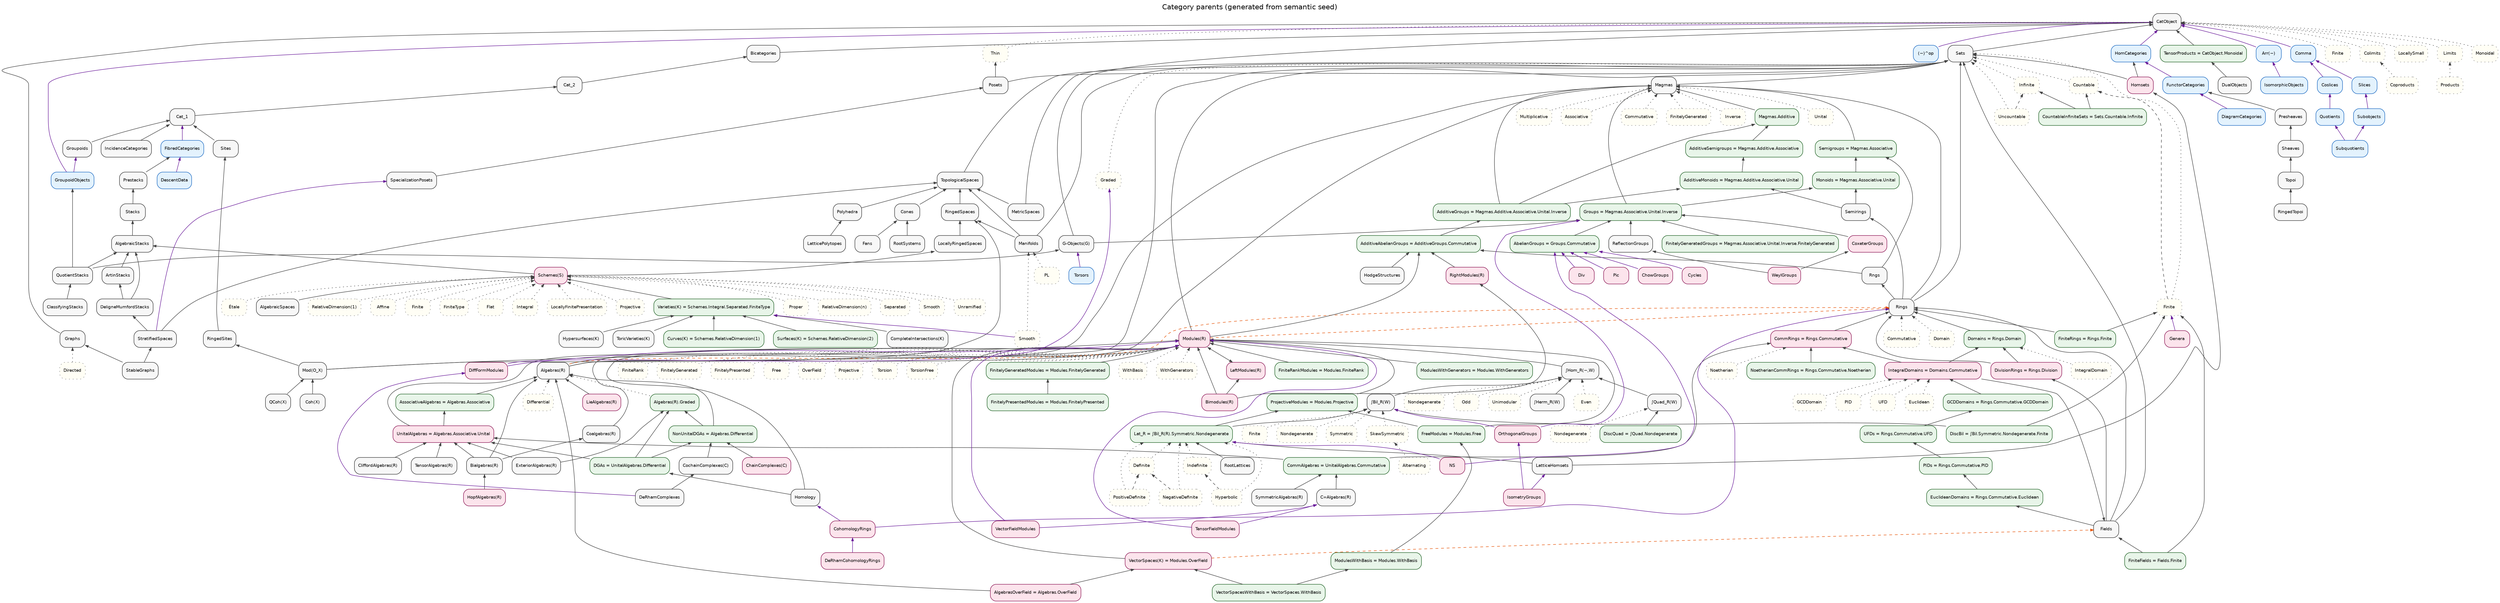
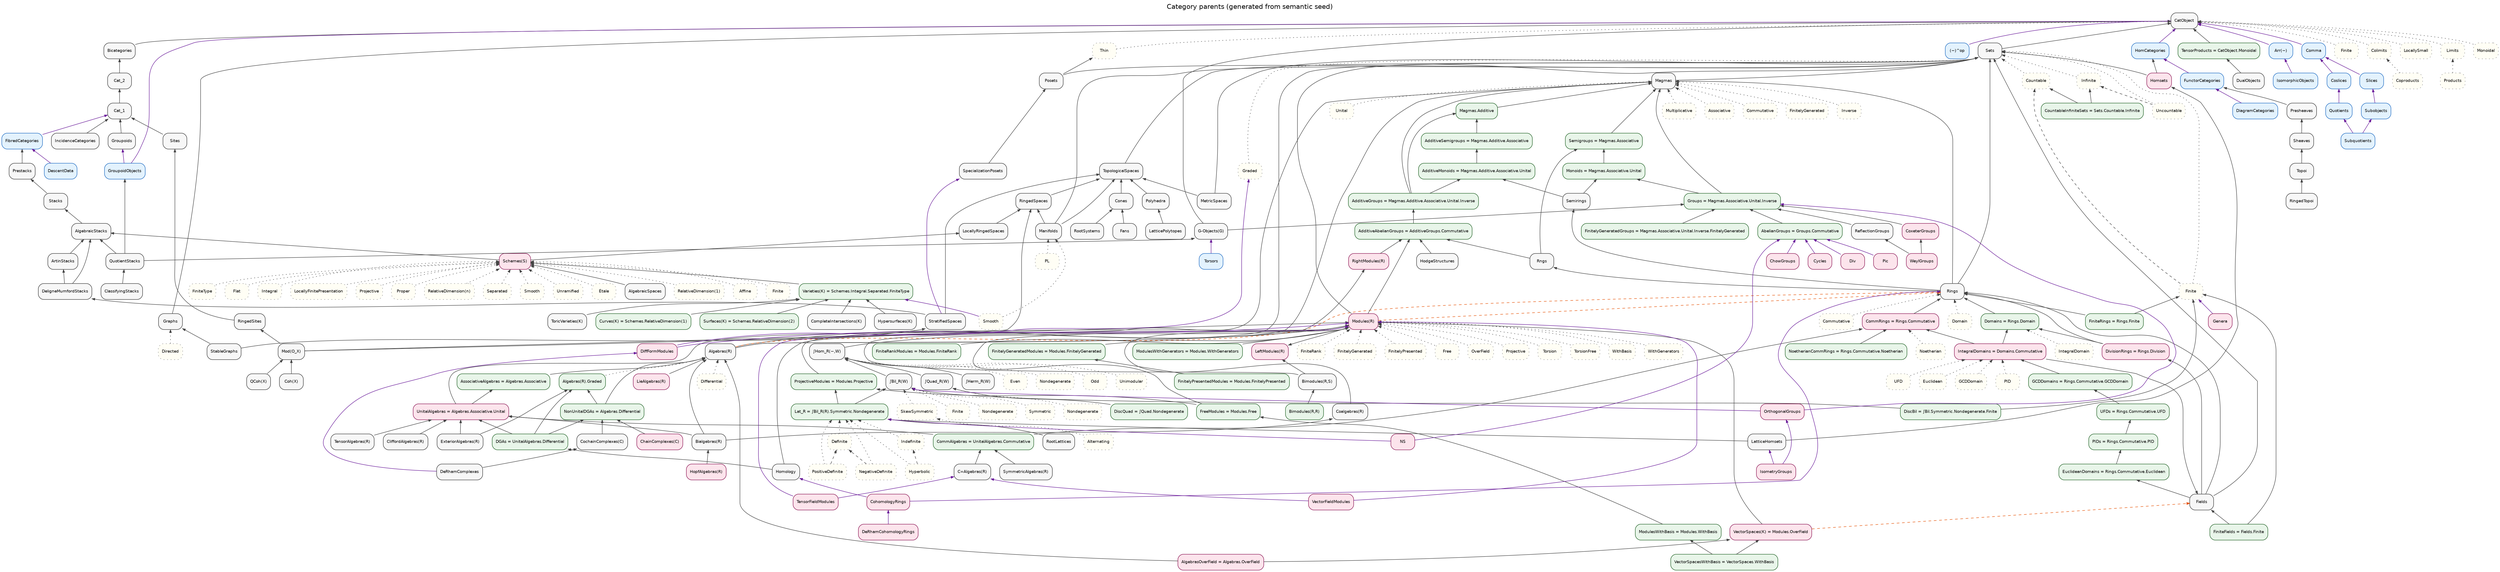
// GENERATED from semantic_seed/ — semantic presentation view.
// Authoritative: design/normalized_category_graph/semantic_seed/
// Factory/viz layout: category_parent_graph.dot (hand; see .hand.dot)

digraph CategoryParents {
  graph [
    rankdir=BT
    labelloc=t
    label="Category parents (generated from semantic seed)"
    fontsize=15
    fontname="Helvetica"
    nodesep=0.28
    ranksep=0.45
    splines=true
  ];
  node [
    shape=box
    style="rounded,filled"
    fontname="Helvetica"
    fontsize=9
    fillcolor="#f7f7f7"
    color="#333333"
  ];
  edge [color="#444444", arrowsize=0.65];

  // --- category_family ---
  AlgebraicSpaces [style="rounded,filled", fillcolor="#f7f7f7", color="#333333", id="cat.algebraicspaces", kind="category_family"];
  AlgebraicStacks [style="rounded,filled", fillcolor="#f7f7f7", color="#333333", id="cat.algebraicstacks", kind="category_family"];
  "Algebras(R)" [style="rounded,filled", fillcolor="#f7f7f7", color="#333333", id="cat.algebras_r", kind="category_family"];
  ArtinStacks [style="rounded,filled", fillcolor="#f7f7f7", color="#333333", id="cat.artinstacks", kind="category_family"];
  "Bialgebras(R)" [style="rounded,filled", fillcolor="#f7f7f7", color="#333333", id="cat.bialgebras_r", kind="category_family"];
  Bicategories [style="rounded,filled", fillcolor="#f7f7f7", color="#333333", id="cat.bicategories", kind="category_family"];
-   "Bimodules(R)" [style="rounded,filled", fillcolor="#f7f7f7", color="#333333", id="cat.bimodules_r", kind="category_family"];
+   "Bimodules(R,S)" [style="rounded,filled", fillcolor="#f7f7f7", color="#333333", id="cat.bimodules_r_s", kind="category_family"];
  CatObject [style="rounded,filled", fillcolor="#f7f7f7", color="#333333", id="cat.cat_object", kind="category_family"];
  Cat_1 [style="rounded,filled", fillcolor="#f7f7f7", color="#333333", id="cat.cat_1", kind="category_family"];
  Cat_2 [style="rounded,filled", fillcolor="#f7f7f7", color="#333333", id="cat.cat_2", kind="category_family"];
  "ChainComplexes(C)" [style="rounded,filled", fillcolor="#f7f7f7", color="#333333", id="cat.chaincomplexes", kind="category_family"];
  ClassifyingStacks [style="rounded,filled", fillcolor="#f7f7f7", color="#333333", id="cat.classifyingstacks", kind="category_family"];
  "CliffordAlgebras(R)" [style="rounded,filled", fillcolor="#f7f7f7", color="#333333", id="cat.cliffordalgebras", kind="category_family"];
  "Coalgebras(R)" [style="rounded,filled", fillcolor="#f7f7f7", color="#333333", id="cat.coalgebras_r", kind="category_family"];
  "CochainComplexes(C)" [style="rounded,filled", fillcolor="#f7f7f7", color="#333333", id="cat.cochaincomplexes", kind="category_family"];
  "Coh(X)" [style="rounded,filled", fillcolor="#f7f7f7", color="#333333", id="cat.coh", kind="category_family"];
  "CompleteIntersections(K)" [style="rounded,filled", fillcolor="#f7f7f7", color="#333333", id="cat.completeintersections", kind="category_family"];
  Cones [style="rounded,filled", fillcolor="#f7f7f7", color="#333333", id="cat.cones", kind="category_family"];
  CoxeterGroups [style="rounded,filled", fillcolor="#f7f7f7", color="#333333", id="cat.coxeter_groups", kind="category_family"];
  "C∞Algebras(R)" [style="rounded,filled", fillcolor="#f7f7f7", color="#333333", id="cat.cinftyalgebras", kind="category_family"];
  DeRhamComplexes [style="rounded,filled", fillcolor="#f7f7f7", color="#333333", id="cat.derhamcomplexes", kind="category_family"];
  DeligneMumfordStacks [style="rounded,filled", fillcolor="#f7f7f7", color="#333333", id="cat.delignemumfordstacks", kind="category_family"];
  DualObjects [style="rounded,filled", fillcolor="#f7f7f7", color="#333333", id="cat.dualobjects", kind="category_family"];
  "ExteriorAlgebras(R)" [style="rounded,filled", fillcolor="#f7f7f7", color="#333333", id="cat.exterioralgebras", kind="category_family"];
  Fans [style="rounded,filled", fillcolor="#f7f7f7", color="#333333", id="cat.fans", kind="category_family"];
  Fields [style="rounded,filled", fillcolor="#f7f7f7", color="#333333", id="cat.fields", kind="category_family"];
  "G-Objects(G)" [style="rounded,filled", fillcolor="#f7f7f7", color="#333333", id="cat.g_objects", kind="category_family"];
  Graphs [style="rounded,filled", fillcolor="#f7f7f7", color="#333333", id="cat.graphs", kind="category_family"];
  Groupoids [style="rounded,filled", fillcolor="#f7f7f7", color="#333333", id="cat.groupoids", kind="category_family"];
  HodgeStructures [style="rounded,filled", fillcolor="#f7f7f7", color="#333333", id="cat.hodgestructures", kind="category_family"];
  Homology [style="rounded,filled", fillcolor="#f7f7f7", color="#333333", id="cat.homology", kind="category_family"];
  Homsets [style="rounded,filled", fillcolor="#f7f7f7", color="#333333", id="cat.homsets", kind="category_family"];
  "HopfAlgebras(R)" [style="rounded,filled", fillcolor="#f7f7f7", color="#333333", id="cat.hopf_algebras_r", kind="category_family"];
  "Hypersurfaces(K)" [style="rounded,filled", fillcolor="#f7f7f7", color="#333333", id="cat.hypersurfaces", kind="category_family"];
  IncidenceCategories [style="rounded,filled", fillcolor="#f7f7f7", color="#333333", id="cat.incidencecategories", kind="category_family"];
  LatticeHomsets [style="rounded,filled", fillcolor="#f7f7f7", color="#333333", id="cat.latticehomsets", kind="category_family"];
  LatticePolytopes [style="rounded,filled", fillcolor="#f7f7f7", color="#333333", id="cat.latticepolytopes", kind="category_family"];
  "LieAlgebras(R)" [style="rounded,filled", fillcolor="#f7f7f7", color="#333333", id="cat.lie_algebras_r", kind="category_family"];
  LocallyRingedSpaces [style="rounded,filled", fillcolor="#f7f7f7", color="#333333", id="cat.locallyringedspaces", kind="category_family"];
  Magmas [style="rounded,filled", fillcolor="#f7f7f7", color="#333333", id="cat.magmas", kind="category_family"];
  Manifolds [style="rounded,filled", fillcolor="#f7f7f7", color="#333333", id="cat.manifolds", kind="category_family"];
  MetricSpaces [style="rounded,filled", fillcolor="#f7f7f7", color="#333333", id="cat.metricspaces", kind="category_family"];
  "Mod(O_X)" [style="rounded,filled", fillcolor="#f7f7f7", color="#333333", id="cat.mod", kind="category_family"];
  "Modules(R)" [style="rounded,filled", fillcolor="#f7f7f7", color="#333333", id="cat.modules_r", kind="category_family"];
  Polyhedra [style="rounded,filled", fillcolor="#f7f7f7", color="#333333", id="cat.polyhedra", kind="category_family"];
  Posets [style="rounded,filled", fillcolor="#f7f7f7", color="#333333", id="cat.posets", kind="category_family"];
  Presheaves [style="rounded,filled", fillcolor="#f7f7f7", color="#333333", id="cat.presheaves", kind="category_family"];
  Prestacks [style="rounded,filled", fillcolor="#f7f7f7", color="#333333", id="cat.prestacks", kind="category_family"];
  "QCoh(X)" [style="rounded,filled", fillcolor="#f7f7f7", color="#333333", id="cat.qcoh", kind="category_family"];
  QuotientStacks [style="rounded,filled", fillcolor="#f7f7f7", color="#333333", id="cat.quotientstacks", kind="category_family"];
  ReflectionGroups [style="rounded,filled", fillcolor="#f7f7f7", color="#333333", id="cat.reflectiongroups", kind="category_family"];
  RingedSites [style="rounded,filled", fillcolor="#f7f7f7", color="#333333", id="cat.ringedsites", kind="category_family"];
  RingedSpaces [style="rounded,filled", fillcolor="#f7f7f7", color="#333333", id="cat.ringedspaces", kind="category_family"];
  RingedTopoi [style="rounded,filled", fillcolor="#f7f7f7", color="#333333", id="cat.ringedtopoi", kind="category_family"];
  Rings [style="rounded,filled", fillcolor="#f7f7f7", color="#333333", id="cat.rings", kind="category_family"];
  Rngs [style="rounded,filled", fillcolor="#f7f7f7", color="#333333", id="cat.rngs", kind="category_family"];
  RootLattices [style="rounded,filled", fillcolor="#f7f7f7", color="#333333", id="cat.rootlattices", kind="category_family"];
  RootSystems [style="rounded,filled", fillcolor="#f7f7f7", color="#333333", id="cat.rootsystems", kind="category_family"];
  "Schemes(S)" [style="rounded,filled", fillcolor="#f7f7f7", color="#333333", id="cat.schemes_s", kind="category_family"];
  Semirings [style="rounded,filled", fillcolor="#f7f7f7", color="#333333", id="cat.semirings", kind="category_family"];
  Sets [style="rounded,filled", fillcolor="#f7f7f7", color="#333333", id="cat.sets", kind="category_family"];
  Sheaves [style="rounded,filled", fillcolor="#f7f7f7", color="#333333", id="cat.sheaves", kind="category_family"];
  Sites [style="rounded,filled", fillcolor="#f7f7f7", color="#333333", id="cat.sites", kind="category_family"];
  SpecializationPosets [style="rounded,filled", fillcolor="#f7f7f7", color="#333333", id="cat.specializationposets", kind="category_family"];
  StableGraphs [style="rounded,filled", fillcolor="#f7f7f7", color="#333333", id="cat.stablegraphs", kind="category_family"];
  Stacks [style="rounded,filled", fillcolor="#f7f7f7", color="#333333", id="cat.stacks", kind="category_family"];
  StratifiedSpaces [style="rounded,filled", fillcolor="#f7f7f7", color="#333333", id="cat.stratifiedspaces", kind="category_family"];
  "SymmetricAlgebras(R)" [style="rounded,filled", fillcolor="#f7f7f7", color="#333333", id="cat.symmetricalgebras", kind="category_family"];
  "TensorAlgebras(R)" [style="rounded,filled", fillcolor="#f7f7f7", color="#333333", id="cat.tensoralgebras", kind="category_family"];
  Topoi [style="rounded,filled", fillcolor="#f7f7f7", color="#333333", id="cat.topoi", kind="category_family"];
  TopologicalSpaces [style="rounded,filled", fillcolor="#f7f7f7", color="#333333", id="cat.topologicalspaces", kind="category_family"];
  "ToricVarieties(K)" [style="rounded,filled", fillcolor="#f7f7f7", color="#333333", id="cat.toricvarieties", kind="category_family"];
  WeylGroups [style="rounded,filled", fillcolor="#f7f7f7", color="#333333", id="cat.weyl_groups", kind="category_family"];
  "∫Bil_R(W)" [style="rounded,filled", fillcolor="#f7f7f7", color="#333333", id="cat.int_bil_r", kind="category_family"];
  "∫Herm_R(W)" [style="rounded,filled", fillcolor="#f7f7f7", color="#333333", id="cat.int_herm_r", kind="category_family"];
  "∫Hom_R(−,W)" [style="rounded,filled", fillcolor="#f7f7f7", color="#333333", id="cat.int_hom_r", kind="category_family"];
  "∫Quad_R(W)" [style="rounded,filled", fillcolor="#f7f7f7", color="#333333", id="cat.int_quad_r", kind="category_family"];

  // --- derived_category ---
  "AbelianGroups = Groups.Commutative" [style="rounded,filled", fillcolor="#e8f5e9", color="#1b5e20", id="cat.abelian_groups", kind="derived_category"];
  "AdditiveAbelianGroups = AdditiveGroups.Commutative" [style="rounded,filled", fillcolor="#e8f5e9", color="#1b5e20", id="cat.additive_abelian_groups", kind="derived_category"];
  "AdditiveGroups = Magmas.Additive.Associative.Unital.Inverse" [style="rounded,filled", fillcolor="#e8f5e9", color="#1b5e20", id="cat.additive_groups", kind="derived_category"];
  "AdditiveMonoids = Magmas.Additive.Associative.Unital" [style="rounded,filled", fillcolor="#e8f5e9", color="#1b5e20", id="cat.additive_monoids", kind="derived_category"];
  "AdditiveSemigroups = Magmas.Additive.Associative" [style="rounded,filled", fillcolor="#e8f5e9", color="#1b5e20", id="cat.additive_semigroups", kind="derived_category"];
  "Algebras(R).Graded" [style="rounded,filled", fillcolor="#e8f5e9", color="#1b5e20", id="cat.algebras_r.graded", kind="derived_category"];
  "AlgebrasOverField = Algebras.OverField" [style="rounded,filled", fillcolor="#e8f5e9", color="#1b5e20", id="cat.algebras_over_field", kind="derived_category"];
  "AssociativeAlgebras = Algebras.Associative" [style="rounded,filled", fillcolor="#e8f5e9", color="#1b5e20", id="cat.associativealgebras", kind="derived_category"];
+   "Bimodules(R,R)" [style="rounded,filled", fillcolor="#e8f5e9", color="#1b5e20", id="cat.bimodules_r_r", kind="derived_category"];
  "CommAlgebras = UnitalAlgebras.Commutative" [style="rounded,filled", fillcolor="#e8f5e9", color="#1b5e20", id="cat.commutative_algebras", kind="derived_category"];
  "CommRings = Rings.Commutative" [style="rounded,filled", fillcolor="#e8f5e9", color="#1b5e20", id="cat.commutative_rings", kind="derived_category"];
  "CountableInfiniteSets = Sets.Countable.Infinite" [style="rounded,filled", fillcolor="#e8f5e9", color="#1b5e20", id="cat.countableinfinitesets", kind="derived_category"];
  "Curves(K) = Schemes.RelativeDimension(1)" [style="rounded,filled", fillcolor="#e8f5e9", color="#1b5e20", id="cat.curves", kind="derived_category"];
  "DGAs = UnitalAlgebras.Differential" [style="rounded,filled", fillcolor="#e8f5e9", color="#1b5e20", id="cat.dgas", kind="derived_category"];
  "DiscBil = ∫Bil.Symmetric.Nondegenerate.Finite" [style="rounded,filled", fillcolor="#e8f5e9", color="#1b5e20", id="cat.discbil", kind="derived_category"];
  "DiscQuad = ∫Quad.Nondegenerate" [style="rounded,filled", fillcolor="#e8f5e9", color="#1b5e20", id="cat.discquad", kind="derived_category"];
  "DivisionRings = Rings.Division" [style="rounded,filled", fillcolor="#e8f5e9", color="#1b5e20", id="cat.division_rings", kind="derived_category"];
  "Domains = Rings.Domain" [style="rounded,filled", fillcolor="#e8f5e9", color="#1b5e20", id="cat.domains", kind="derived_category"];
  "EuclideanDomains = Rings.Commutative.Euclidean" [style="rounded,filled", fillcolor="#e8f5e9", color="#1b5e20", id="cat.euclidean_domains", kind="derived_category"];
  "FiniteFields = Fields.Finite" [style="rounded,filled", fillcolor="#e8f5e9", color="#1b5e20", id="cat.finite_fields", kind="derived_category"];
  "FiniteRankModules = Modules.FiniteRank" [style="rounded,filled", fillcolor="#e8f5e9", color="#1b5e20", id="cat.finiterankmodules", kind="derived_category"];
  "FiniteRings = Rings.Finite" [style="rounded,filled", fillcolor="#e8f5e9", color="#1b5e20", id="cat.finite_rings", kind="derived_category"];
  "FinitelyGeneratedGroups = Magmas.Associative.Unital.Inverse.FinitelyGenerated" [style="rounded,filled", fillcolor="#e8f5e9", color="#1b5e20", id="cat.finitelygeneratedgroups", kind="derived_category"];
  "FinitelyGeneratedModules = Modules.FinitelyGenerated" [style="rounded,filled", fillcolor="#e8f5e9", color="#1b5e20", id="cat.finitelygeneratedmodules", kind="derived_category"];
  "FinitelyPresentedModules = Modules.FinitelyPresented" [style="rounded,filled", fillcolor="#e8f5e9", color="#1b5e20", id="cat.finitelypresentedmodules", kind="derived_category"];
  "FreeModules = Modules.Free" [style="rounded,filled", fillcolor="#e8f5e9", color="#1b5e20", id="cat.freemodules", kind="derived_category"];
  "GCDDomains = Rings.Commutative.GCDDomain" [style="rounded,filled", fillcolor="#e8f5e9", color="#1b5e20", id="cat.gcd_domains", kind="derived_category"];
  "Groups = Magmas.Associative.Unital.Inverse" [style="rounded,filled", fillcolor="#e8f5e9", color="#1b5e20", id="cat.groups", kind="derived_category"];
  "IntegralDomains = Domains.Commutative" [style="rounded,filled", fillcolor="#e8f5e9", color="#1b5e20", id="cat.integral_domains", kind="derived_category"];
  "Lat_R = ∫Bil_R(R).Symmetric.Nondegenerate" [style="rounded,filled", fillcolor="#e8f5e9", color="#1b5e20", id="cat.lat_r", kind="derived_category"];
  "Magmas.Additive" [style="rounded,filled", fillcolor="#e8f5e9", color="#1b5e20", id="cat.additive_magmas", kind="derived_category"];
  "ModulesWithBasis = Modules.WithBasis" [style="rounded,filled", fillcolor="#e8f5e9", color="#1b5e20", id="cat.modules_with_basis", kind="derived_category"];
  "ModulesWithGenerators = Modules.WithGenerators" [style="rounded,filled", fillcolor="#e8f5e9", color="#1b5e20", id="cat.moduleswithgenerators", kind="derived_category"];
  "Monoids = Magmas.Associative.Unital" [style="rounded,filled", fillcolor="#e8f5e9", color="#1b5e20", id="cat.monoids", kind="derived_category"];
  "NoetherianCommRings = Rings.Commutative.Noetherian" [style="rounded,filled", fillcolor="#e8f5e9", color="#1b5e20", id="cat.noetheriancommrings", kind="derived_category"];
  "NonUnitalDGAs = Algebras.Differential" [style="rounded,filled", fillcolor="#e8f5e9", color="#1b5e20", id="cat.nonunitaldgas", kind="derived_category"];
  "PIDs = Rings.Commutative.PID" [style="rounded,filled", fillcolor="#e8f5e9", color="#1b5e20", id="cat.pids", kind="derived_category"];
  "ProjectiveModules = Modules.Projective" [style="rounded,filled", fillcolor="#e8f5e9", color="#1b5e20", id="cat.projectivemodules", kind="derived_category"];
  "RightModules(R)" [style="rounded,filled", fillcolor="#e8f5e9", color="#1b5e20", id="cat.right_modules_r", kind="derived_category"];
  "Semigroups = Magmas.Associative" [style="rounded,filled", fillcolor="#e8f5e9", color="#1b5e20", id="cat.semigroups", kind="derived_category"];
  "Surfaces(K) = Schemes.RelativeDimension(2)" [style="rounded,filled", fillcolor="#e8f5e9", color="#1b5e20", id="cat.surfaces", kind="derived_category"];
  "TensorProducts = CatObject.Monoidal" [style="rounded,filled", fillcolor="#e8f5e9", color="#1b5e20", id="cat.tensorproducts", kind="derived_category"];
  "UFDs = Rings.Commutative.UFD" [style="rounded,filled", fillcolor="#e8f5e9", color="#1b5e20", id="cat.ufds", kind="derived_category"];
  "UnitalAlgebras = Algebras.Associative.Unital" [style="rounded,filled", fillcolor="#e8f5e9", color="#1b5e20", id="cat.unital_algebras", kind="derived_category"];
  "Varieties(K) = Schemes.Integral.Separated.FiniteType" [style="rounded,filled", fillcolor="#e8f5e9", color="#1b5e20", id="cat.varieties", kind="derived_category"];
  "VectorSpaces(K) = Modules.OverField" [style="rounded,filled", fillcolor="#e8f5e9", color="#1b5e20", id="cat.vector_spaces_k", kind="derived_category"];
  "VectorSpacesWithBasis = VectorSpaces.WithBasis" [style="rounded,filled", fillcolor="#e8f5e9", color="#1b5e20", id="cat.vectorspaceswithbasis", kind="derived_category"];

  // --- category_constructor ---
  "(−)^op" [style="rounded,filled", fillcolor="#e3f2fd", color="#1565c0", id="ctor.op", kind="category_constructor"];
  "Arr(−)" [style="rounded,filled", fillcolor="#e3f2fd", color="#1565c0", id="ctor.arr", kind="category_constructor"];
  Comma [style="rounded,filled", fillcolor="#e3f2fd", color="#1565c0", id="ctor.comma", kind="category_constructor"];
  Coslices [style="rounded,filled", fillcolor="#e3f2fd", color="#1565c0", id="ctor.coslices", kind="category_constructor"];
  DescentData [style="rounded,filled", fillcolor="#e3f2fd", color="#1565c0", id="ctor.descentdata", kind="category_constructor"];
  DiagramCategories [style="rounded,filled", fillcolor="#e3f2fd", color="#1565c0", id="ctor.diagramcategories", kind="category_constructor"];
  FibredCategories [style="rounded,filled", fillcolor="#e3f2fd", color="#1565c0", id="ctor.fibredcategories", kind="category_constructor"];
  FunctorCategories [style="rounded,filled", fillcolor="#e3f2fd", color="#1565c0", id="ctor.functorcategories", kind="category_constructor"];
  GroupoidObjects [style="rounded,filled", fillcolor="#e3f2fd", color="#1565c0", id="ctor.groupoidobjects", kind="category_constructor"];
  HomCategories [style="rounded,filled", fillcolor="#e3f2fd", color="#1565c0", id="ctor.homcategories", kind="category_constructor"];
  IsomorphicObjects [style="rounded,filled", fillcolor="#e3f2fd", color="#1565c0", id="ctor.isomorphicobjects", kind="category_constructor"];
  Quotients [style="rounded,filled", fillcolor="#e3f2fd", color="#1565c0", id="ctor.quotients", kind="category_constructor"];
  Slices [style="rounded,filled", fillcolor="#e3f2fd", color="#1565c0", id="ctor.slices", kind="category_constructor"];
  Subobjects [style="rounded,filled", fillcolor="#e3f2fd", color="#1565c0", id="ctor.subobjects", kind="category_constructor"];
  Subquotients [style="rounded,filled", fillcolor="#e3f2fd", color="#1565c0", id="ctor.subquotients", kind="category_constructor"];
  Torsors [style="rounded,filled", fillcolor="#e3f2fd", color="#1565c0", id="ctor.torsors", kind="category_constructor"];

  // --- classifier_domain ---
  "CatObject.Colimits" [style="rounded,filled,dotted", fillcolor="#fffef5", color="#888888", id="clf.catobject_colimits", kind="classifier_domain", label="Colimits"];
  "CatObject.Coproducts" [style="rounded,filled,dotted", fillcolor="#fffef5", color="#888888", id="clf.catobject_coproducts", kind="classifier_domain", label="Coproducts"];
  "CatObject.Finite" [style="rounded,filled,dotted", fillcolor="#fffef5", color="#888888", id="clf.catobject_finite", kind="classifier_domain", label="Finite"];
  "CatObject.Limits" [style="rounded,filled,dotted", fillcolor="#fffef5", color="#888888", id="clf.catobject_limits", kind="classifier_domain", label="Limits"];
  "CatObject.LocallySmall" [style="rounded,filled,dotted", fillcolor="#fffef5", color="#888888", id="clf.catobject_locallysmall", kind="classifier_domain", label="LocallySmall"];
  "CatObject.Products" [style="rounded,filled,dotted", fillcolor="#fffef5", color="#888888", id="clf.catobject_products", kind="classifier_domain", label="Products"];
  "CatObject.Thin" [style="rounded,filled,dotted", fillcolor="#fffef5", color="#888888", id="clf.catobject_thin", kind="classifier_domain", label="Thin"];
  "Graphs.Directed" [style="rounded,filled,dotted", fillcolor="#fffef5", color="#888888", id="clf.graphs_directed", kind="classifier_domain", label="Directed"];
  "Lat.Definite" [style="rounded,filled,dotted", fillcolor="#fffef5", color="#888888", id="clf.lat_definite", kind="classifier_domain", label="Definite"];
  "Lat.Hyperbolic" [style="rounded,filled,dotted", fillcolor="#fffef5", color="#888888", id="clf.lat_hyperbolic", kind="classifier_domain", label="Hyperbolic"];
  "Lat.Indefinite" [style="rounded,filled,dotted", fillcolor="#fffef5", color="#888888", id="clf.lat_indefinite", kind="classifier_domain", label="Indefinite"];
  "Lat.NegativeDefinite" [style="rounded,filled,dotted", fillcolor="#fffef5", color="#888888", id="clf.lat_negativedefinite", kind="classifier_domain", label="NegativeDefinite"];
  "Lat.PositiveDefinite" [style="rounded,filled,dotted", fillcolor="#fffef5", color="#888888", id="clf.lat_positivedefinite", kind="classifier_domain", label="PositiveDefinite"];
  "Magmas.Multiplicative" [style="rounded,filled,dotted", fillcolor="#fffef5", color="#888888", id="clf.magmas_multiplicative", kind="classifier_domain", label="Multiplicative"];
  "Manifolds.PL" [style="rounded,filled,dotted", fillcolor="#fffef5", color="#888888", id="clf.manifolds_pl", kind="classifier_domain", label="PL"];
  "Manifolds.Smooth" [style="rounded,filled,dotted", fillcolor="#fffef5", color="#888888", id="clf.manifolds_smooth", kind="classifier_domain", label="Smooth"];
  "Modules.FiniteRank" [style="rounded,filled,dotted", fillcolor="#fffef5", color="#888888", id="clf.modules_finiterank", kind="classifier_domain", label="FiniteRank"];
  "Modules.FinitelyGenerated" [style="rounded,filled,dotted", fillcolor="#fffef5", color="#888888", id="clf.modules_finitelygenerated", kind="classifier_domain", label="FinitelyGenerated"];
  "Modules.FinitelyPresented" [style="rounded,filled,dotted", fillcolor="#fffef5", color="#888888", id="clf.modules_finitelypresented", kind="classifier_domain", label="FinitelyPresented"];
  "Modules.Free" [style="rounded,filled,dotted", fillcolor="#fffef5", color="#888888", id="clf.modules_free", kind="classifier_domain", label="Free"];
  "Modules.OverField" [style="rounded,filled,dotted", fillcolor="#fffef5", color="#888888", id="clf.modules.over_field.domain", kind="classifier_domain", label="OverField"];
  "Modules.Projective" [style="rounded,filled,dotted", fillcolor="#fffef5", color="#888888", id="clf.modules_projective", kind="classifier_domain", label="Projective"];
  "Modules.Torsion" [style="rounded,filled,dotted", fillcolor="#fffef5", color="#888888", id="clf.modules_torsion", kind="classifier_domain", label="Torsion"];
  "Modules.TorsionFree" [style="rounded,filled,dotted", fillcolor="#fffef5", color="#888888", id="clf.modules_torsionfree", kind="classifier_domain", label="TorsionFree"];
  "Modules.WithBasis" [style="rounded,filled,dotted", fillcolor="#fffef5", color="#888888", id="clf.modules.with_basis.domain", kind="classifier_domain", label="WithBasis"];
  "Modules.WithGenerators" [style="rounded,filled,dotted", fillcolor="#fffef5", color="#888888", id="clf.modules_withgenerators", kind="classifier_domain", label="WithGenerators"];
  "Rings.Commutative" [style="rounded,filled,dotted", fillcolor="#fffef5", color="#888888", id="clf.rings.commutative.domain", kind="classifier_domain", label="Commutative"];
  "Schemes(S).RelativeDimension(1)" [style="rounded,filled,dotted", fillcolor="#fffef5", color="#888888", id="clf.schemes_s.relativedimension.domain", kind="classifier_domain", label="RelativeDimension(1)"];
  "Schemes.Affine" [style="rounded,filled,dotted", fillcolor="#fffef5", color="#888888", id="clf.schemes_affine", kind="classifier_domain", label="Affine"];
  "Schemes.Finite" [style="rounded,filled,dotted", fillcolor="#fffef5", color="#888888", id="clf.schemes_finite", kind="classifier_domain", label="Finite"];
  "Schemes.FiniteType" [style="rounded,filled,dotted", fillcolor="#fffef5", color="#888888", id="clf.schemes_finitetype", kind="classifier_domain", label="FiniteType"];
  "Schemes.Flat" [style="rounded,filled,dotted", fillcolor="#fffef5", color="#888888", id="clf.schemes_flat", kind="classifier_domain", label="Flat"];
  "Schemes.Integral" [style="rounded,filled,dotted", fillcolor="#fffef5", color="#888888", id="clf.schemes_integral", kind="classifier_domain", label="Integral"];
  "Schemes.LocallyFinitePresentation" [style="rounded,filled,dotted", fillcolor="#fffef5", color="#888888", id="clf.schemes_locallyfinitepresentation", kind="classifier_domain", label="LocallyFinitePresentation"];
  "Schemes.Projective" [style="rounded,filled,dotted", fillcolor="#fffef5", color="#888888", id="clf.schemes_projective", kind="classifier_domain", label="Projective"];
  "Schemes.Proper" [style="rounded,filled,dotted", fillcolor="#fffef5", color="#888888", id="clf.schemes_proper", kind="classifier_domain", label="Proper"];
  "Schemes.RelativeDimension(n)" [style="rounded,filled,dotted", fillcolor="#fffef5", color="#888888", id="clf.schemes_relativedimension", kind="classifier_domain", label="RelativeDimension(n)"];
  "Schemes.Separated" [style="rounded,filled,dotted", fillcolor="#fffef5", color="#888888", id="clf.schemes_separated", kind="classifier_domain", label="Separated"];
  "Schemes.Smooth" [style="rounded,filled,dotted", fillcolor="#fffef5", color="#888888", id="clf.schemes_smooth", kind="classifier_domain", label="Smooth"];
  "Schemes.Unramified" [style="rounded,filled,dotted", fillcolor="#fffef5", color="#888888", id="clf.schemes_unramified", kind="classifier_domain", label="Unramified"];
  "Schemes.Étale" [style="rounded,filled,dotted", fillcolor="#fffef5", color="#888888", id="clf.schemes_etale", kind="classifier_domain", label="Étale"];
  "Sets.Countable" [style="rounded,filled,dotted", fillcolor="#fffef5", color="#888888", id="clf.sets_countable", kind="classifier_domain", label="Countable"];
  "Sets.Finite" [style="rounded,filled,dotted", fillcolor="#fffef5", color="#888888", id="clf.sets.finite.domain", kind="classifier_domain", label="Finite"];
  "Sets.Graded" [style="rounded,filled,dotted", fillcolor="#fffef5", color="#888888", id="clf.sets.graded.domain", kind="classifier_domain", label="Graded"];
  "Sets.Infinite" [style="rounded,filled,dotted", fillcolor="#fffef5", color="#888888", id="clf.sets_infinite", kind="classifier_domain", label="Infinite"];
  "Sets.Uncountable" [style="rounded,filled,dotted", fillcolor="#fffef5", color="#888888", id="clf.sets_uncountable", kind="classifier_domain", label="Uncountable"];
  "ax.Associative" [style="rounded,filled,dotted", fillcolor="#fffef5", color="#888888", id="clf.ax_associative", kind="classifier_domain", label="Associative"];
  "ax.Commutative" [style="rounded,filled,dotted", fillcolor="#fffef5", color="#888888", id="clf.ax_commutative", kind="classifier_domain", label="Commutative"];
  "ax.Differential" [style="rounded,filled,dotted", fillcolor="#fffef5", color="#888888", id="clf.ax_differential", kind="classifier_domain", label="Differential"];
  "ax.Domain" [style="rounded,filled,dotted", fillcolor="#fffef5", color="#888888", id="clf.ax_domain", kind="classifier_domain", label="Domain"];
  "ax.Euclidean" [style="rounded,filled,dotted", fillcolor="#fffef5", color="#888888", id="clf.ax_euclidean", kind="classifier_domain", label="Euclidean"];
  "ax.FinitelyGenerated" [style="rounded,filled,dotted", fillcolor="#fffef5", color="#888888", id="clf.ax_finitelygenerated", kind="classifier_domain", label="FinitelyGenerated"];
  "ax.GCDDomain" [style="rounded,filled,dotted", fillcolor="#fffef5", color="#888888", id="clf.ax_gcddomain", kind="classifier_domain", label="GCDDomain"];
  "ax.IntegralDomain" [style="rounded,filled,dotted", fillcolor="#fffef5", color="#888888", id="clf.ax_integraldomain", kind="classifier_domain", label="IntegralDomain"];
  "ax.Inverse" [style="rounded,filled,dotted", fillcolor="#fffef5", color="#888888", id="clf.ax_inverse", kind="classifier_domain", label="Inverse"];
  "ax.Monoidal" [style="rounded,filled,dotted", fillcolor="#fffef5", color="#888888", id="clf.ax_monoidal", kind="classifier_domain", label="Monoidal"];
  "ax.Noetherian" [style="rounded,filled,dotted", fillcolor="#fffef5", color="#888888", id="clf.ax_noetherian", kind="classifier_domain", label="Noetherian"];
  "ax.PID" [style="rounded,filled,dotted", fillcolor="#fffef5", color="#888888", id="clf.ax_pid", kind="classifier_domain", label="PID"];
  "ax.UFD" [style="rounded,filled,dotted", fillcolor="#fffef5", color="#888888", id="clf.ax_ufd", kind="classifier_domain", label="UFD"];
  "ax.Unital" [style="rounded,filled,dotted", fillcolor="#fffef5", color="#888888", id="clf.ax_unital", kind="classifier_domain", label="Unital"];
  "∫Bil.Alternating" [style="rounded,filled,dotted", fillcolor="#fffef5", color="#888888", id="clf.int_bil_alternating", kind="classifier_domain", label="Alternating"];
  "∫Bil.SkewSymmetric" [style="rounded,filled,dotted", fillcolor="#fffef5", color="#888888", id="clf.int_bil_skewsymmetric", kind="classifier_domain", label="SkewSymmetric"];
  "∫Bil.Symmetric" [style="rounded,filled,dotted", fillcolor="#fffef5", color="#888888", id="clf.int_bil_symmetric", kind="classifier_domain", label="Symmetric"];
  "∫Bil_R(W).Finite" [style="rounded,filled,dotted", fillcolor="#fffef5", color="#888888", id="clf.int_bil_r.finite.domain", kind="classifier_domain", label="Finite"];
  "∫Bil_R(W).Nondegenerate" [style="rounded,filled,dotted", fillcolor="#fffef5", color="#888888", id="clf.int_bil_r.nondegenerate.domain", kind="classifier_domain", label="Nondegenerate"];
  "∫Hom.Even" [style="rounded,filled,dotted", fillcolor="#fffef5", color="#888888", id="clf.int_hom_even", kind="classifier_domain", label="Even"];
  "∫Hom.Nondegenerate" [style="rounded,filled,dotted", fillcolor="#fffef5", color="#888888", id="clf.int_hom_nondegenerate", kind="classifier_domain", label="Nondegenerate"];
  "∫Hom.Odd" [style="rounded,filled,dotted", fillcolor="#fffef5", color="#888888", id="clf.int_hom_odd", kind="classifier_domain", label="Odd"];
  "∫Hom.Unimodular" [style="rounded,filled,dotted", fillcolor="#fffef5", color="#888888", id="clf.int_hom_unimodular", kind="classifier_domain", label="Unimodular"];
  "∫Quad_R(W).Nondegenerate" [style="rounded,filled,dotted", fillcolor="#fffef5", color="#888888", id="clf.int_quad_r.nondegenerate.domain", kind="classifier_domain", label="Nondegenerate"];

  // --- alias ---
  "AlgebrasOverField = Algebras.OverField" [style="rounded,filled", fillcolor="#fce4ec", color="#880e4f", id="cat.associativeunitalalgebras_k", kind="alias"];
-   "Bimodules(R)" [style="rounded,filled", fillcolor="#fce4ec", color="#880e4f", id="cat.bimodules_r_s", kind="alias"];
  "ChainComplexes(C)" [style="rounded,filled", fillcolor="#fce4ec", color="#880e4f", id="cat.chaincomplexes_c", kind="alias"];
  ChowGroups [style="rounded,filled", fillcolor="#fce4ec", color="#880e4f", id="val.chowgroups", kind="alias"];
  CohomologyRings [style="rounded,filled", fillcolor="#fce4ec", color="#880e4f", id="val.cohomologyrings", kind="alias"];
  "CommRings = Rings.Commutative" [style="rounded,filled", fillcolor="#fce4ec", color="#880e4f", id="cat.commutativerings", kind="alias"];
  CoxeterGroups [style="rounded,filled", fillcolor="#fce4ec", color="#880e4f", id="cat.coxetergroups", kind="alias"];
  Cycles [style="rounded,filled", fillcolor="#fce4ec", color="#880e4f", id="val.cycles", kind="alias"];
  DeRhamCohomologyRings [style="rounded,filled", fillcolor="#fce4ec", color="#880e4f", id="val.derhamcohomologyrings", kind="alias"];
  DiffFormModules [style="rounded,filled", fillcolor="#fce4ec", color="#880e4f", id="val.diffformmodules", kind="alias"];
  Div [style="rounded,filled", fillcolor="#fce4ec", color="#880e4f", id="val.div", kind="alias"];
  "DivisionRings = Rings.Division" [style="rounded,filled", fillcolor="#fce4ec", color="#880e4f", id="cat.divisionrings", kind="alias"];
  Genera [style="rounded,filled", fillcolor="#fce4ec", color="#880e4f", id="val.genera", kind="alias"];
  Homsets [style="rounded,filled", fillcolor="#fce4ec", color="#880e4f", id="cat.homsets_c", kind="alias"];
  "HopfAlgebras(R)" [style="rounded,filled", fillcolor="#fce4ec", color="#880e4f", id="cat.hopfalgebras_r", kind="alias"];
  "IntegralDomains = Domains.Commutative" [style="rounded,filled", fillcolor="#fce4ec", color="#880e4f", id="cat.integraldomains", kind="alias"];
  IsometryGroups [style="rounded,filled", fillcolor="#fce4ec", color="#880e4f", id="val.isometrygroups", kind="alias"];
  "LeftModules(R)" [style="rounded,filled", fillcolor="#fce4ec", color="#880e4f", id="cat.left_modules_r", kind="alias"];
  "LieAlgebras(R)" [style="rounded,filled", fillcolor="#fce4ec", color="#880e4f", id="cat.liealgebras_r", kind="alias"];
  "Modules(R)" [style="rounded,filled", fillcolor="#fce4ec", color="#880e4f", id="cat.modules_a", kind="alias"];
  NS [style="rounded,filled", fillcolor="#fce4ec", color="#880e4f", id="val.ns", kind="alias"];
  OrthogonalGroups [style="rounded,filled", fillcolor="#fce4ec", color="#880e4f", id="val.orthogonal_groups", kind="alias"];
  Pic [style="rounded,filled", fillcolor="#fce4ec", color="#880e4f", id="val.pic", kind="alias"];
  "RightModules(R)" [style="rounded,filled", fillcolor="#fce4ec", color="#880e4f", id="cat.modules_rop", kind="alias"];
  "Schemes(S)" [style="rounded,filled", fillcolor="#fce4ec", color="#880e4f", id="cat.schemes_k", kind="alias"];
  TensorFieldModules [style="rounded,filled", fillcolor="#fce4ec", color="#880e4f", id="val.tensorfieldmodules", kind="alias"];
  "UnitalAlgebras = Algebras.Associative.Unital" [style="rounded,filled", fillcolor="#fce4ec", color="#880e4f", id="cat.associativeunitalalgebras_r", kind="alias"];
  VectorFieldModules [style="rounded,filled", fillcolor="#fce4ec", color="#880e4f", id="val.vectorfieldmodules", kind="alias"];
  "VectorSpaces(K) = Modules.OverField" [style="rounded,filled", fillcolor="#fce4ec", color="#880e4f", id="cat.modules_k", kind="alias"];
  WeylGroups [style="rounded,filled", fillcolor="#fce4ec", color="#880e4f", id="cat.weylgroups", kind="alias"];

  // --- preferred arrows ---
  "LeftModules(R)" -> "Modules(R)" [dir=both, kind="equivalence", id="arr.alias.left_modules"];
  "Algebras(R).Graded" -> "Algebras(R)" [style=dotted, kind="classifier_leg", id="arr.clf.algebras_r.graded"];
  "ax.Associative" -> Magmas [style=dotted, kind="classifier_leg", id="arr.clf.ax_associative"];
  "ax.Commutative" -> Magmas [style=dotted, kind="classifier_leg", id="arr.clf.ax_commutative"];
  "ax.Differential" -> "Algebras(R)" [style=dotted, kind="classifier_leg", id="arr.clf.ax_differential"];
  "ax.Domain" -> Rings [style=dotted, kind="classifier_leg", id="arr.clf.ax_domain"];
  "ax.Euclidean" -> "IntegralDomains = Domains.Commutative" [style=dotted, kind="classifier_leg", id="arr.clf.ax_euclidean"];
  "ax.FinitelyGenerated" -> Magmas [style=dotted, kind="classifier_leg", id="arr.clf.ax_finitelygenerated"];
  "ax.GCDDomain" -> "IntegralDomains = Domains.Commutative" [style=dotted, kind="classifier_leg", id="arr.clf.ax_gcddomain"];
  "ax.IntegralDomain" -> "Domains = Rings.Domain" [style=dotted, kind="classifier_leg", id="arr.clf.ax_integraldomain"];
  "ax.Inverse" -> Magmas [style=dotted, kind="classifier_leg", id="arr.clf.ax_inverse"];
  "ax.Monoidal" -> CatObject [style=dotted, kind="classifier_leg", id="arr.clf.ax_monoidal"];
  "ax.Noetherian" -> "CommRings = Rings.Commutative" [style=dotted, kind="classifier_leg", id="arr.clf.ax_noetherian"];
  "ax.PID" -> "IntegralDomains = Domains.Commutative" [style=dotted, kind="classifier_leg", id="arr.clf.ax_pid"];
  "ax.UFD" -> "IntegralDomains = Domains.Commutative" [style=dotted, kind="classifier_leg", id="arr.clf.ax_ufd"];
  "ax.Unital" -> Magmas [style=dotted, kind="classifier_leg", id="arr.clf.ax_unital"];
  "CatObject.Colimits" -> CatObject [style=dotted, kind="classifier_leg", id="arr.clf.catobject_colimits"];
  "CatObject.Coproducts" -> "CatObject.Colimits" [style=dotted, kind="classifier_leg", id="arr.clf.catobject_coproducts"];
  "CatObject.Finite" -> CatObject [style=dotted, kind="classifier_leg", id="arr.clf.catobject_finite"];
  "CatObject.Limits" -> CatObject [style=dotted, kind="classifier_leg", id="arr.clf.catobject_limits"];
  "CatObject.LocallySmall" -> CatObject [style=dotted, kind="classifier_leg", id="arr.clf.catobject_locallysmall"];
  "CatObject.Products" -> "CatObject.Limits" [style=dotted, kind="classifier_leg", id="arr.clf.catobject_products"];
  "CatObject.Thin" -> CatObject [style=dotted, kind="classifier_leg", id="arr.clf.catobject_thin"];
  "Graphs.Directed" -> Graphs [style=dotted, kind="classifier_leg", id="arr.clf.graphs_directed"];
  "∫Bil.Alternating" -> "∫Bil.SkewSymmetric" [style=dotted, kind="classifier_leg", id="arr.clf.int_bil_alternating"];
  "∫Bil_R(W).Finite" -> "∫Bil_R(W)" [style=dotted, kind="classifier_leg", id="arr.clf.int_bil_r_finite"];
  "∫Bil_R(W).Nondegenerate" -> "∫Bil_R(W)" [style=dotted, kind="classifier_leg", id="arr.clf.int_bil_r_nondegenerate"];
  "∫Bil.SkewSymmetric" -> "∫Bil_R(W)" [style=dotted, kind="classifier_leg", id="arr.clf.int_bil_skewsymmetric"];
  "∫Bil.Symmetric" -> "∫Bil_R(W)" [style=dotted, kind="classifier_leg", id="arr.clf.int_bil_symmetric"];
  "∫Hom.Even" -> "∫Hom_R(−,W)" [style=dotted, kind="classifier_leg", id="arr.clf.int_hom_even"];
  "∫Hom.Nondegenerate" -> "∫Hom_R(−,W)" [style=dotted, kind="classifier_leg", id="arr.clf.int_hom_nondegenerate"];
  "∫Hom.Odd" -> "∫Hom_R(−,W)" [style=dotted, kind="classifier_leg", id="arr.clf.int_hom_odd"];
  "∫Hom.Unimodular" -> "∫Hom_R(−,W)" [style=dotted, kind="classifier_leg", id="arr.clf.int_hom_unimodular"];
  "∫Quad_R(W).Nondegenerate" -> "∫Quad_R(W)" [style=dotted, kind="classifier_leg", id="arr.clf.int_quad_r_nondegenerate"];
  "Lat.Definite" -> "Lat_R = ∫Bil_R(R).Symmetric.Nondegenerate" [style=dotted, kind="classifier_leg", id="arr.clf.lat_definite"];
  "Lat.Hyperbolic" -> "Lat_R = ∫Bil_R(R).Symmetric.Nondegenerate" [style=dotted, kind="classifier_leg", id="arr.clf.lat_hyperbolic"];
  "Lat.Indefinite" -> "Lat_R = ∫Bil_R(R).Symmetric.Nondegenerate" [style=dotted, kind="classifier_leg", id="arr.clf.lat_indefinite"];
  "Lat.NegativeDefinite" -> "Lat_R = ∫Bil_R(R).Symmetric.Nondegenerate" [style=dotted, kind="classifier_leg", id="arr.clf.lat_negativedefinite"];
  "Lat.PositiveDefinite" -> "Lat_R = ∫Bil_R(R).Symmetric.Nondegenerate" [style=dotted, kind="classifier_leg", id="arr.clf.lat_positivedefinite"];
  "Magmas.Multiplicative" -> Magmas [style=dotted, kind="classifier_leg", id="arr.clf.magmas_multiplicative"];
  "Manifolds.PL" -> Manifolds [style=dotted, kind="classifier_leg", id="arr.clf.manifolds_pl"];
  "Manifolds.Smooth" -> Manifolds [style=dotted, kind="classifier_leg", id="arr.clf.manifolds_smooth"];
  "Modules.OverField" -> "Modules(R)" [style=dotted, kind="classifier_leg", id="arr.clf.modules.over_field"];
  "Modules.WithBasis" -> "Modules(R)" [style=dotted, kind="classifier_leg", id="arr.clf.modules.with_basis"];
  "Modules.FinitelyGenerated" -> "Modules(R)" [style=dotted, kind="classifier_leg", id="arr.clf.modules_finitelygenerated"];
  "Modules.FinitelyPresented" -> "Modules(R)" [style=dotted, kind="classifier_leg", id="arr.clf.modules_finitelypresented"];
  "Modules.FiniteRank" -> "Modules(R)" [style=dotted, kind="classifier_leg", id="arr.clf.modules_finiterank"];
  "Modules.Free" -> "Modules(R)" [style=dotted, kind="classifier_leg", id="arr.clf.modules_free"];
  "Modules.Projective" -> "Modules(R)" [style=dotted, kind="classifier_leg", id="arr.clf.modules_projective"];
  "Modules.Torsion" -> "Modules(R)" [style=dotted, kind="classifier_leg", id="arr.clf.modules_torsion"];
  "Modules.TorsionFree" -> "Modules(R)" [style=dotted, kind="classifier_leg", id="arr.clf.modules_torsionfree"];
  "Modules.WithGenerators" -> "Modules(R)" [style=dotted, kind="classifier_leg", id="arr.clf.modules_withgenerators"];
  "Rings.Commutative" -> Rings [style=dotted, kind="classifier_leg", id="arr.clf.rings_commutative"];
  "Schemes.Affine" -> "Schemes(S)" [style=dotted, kind="classifier_leg", id="arr.clf.schemes_affine"];
  "Schemes.Étale" -> "Schemes(S)" [style=dotted, kind="classifier_leg", id="arr.clf.schemes_etale"];
  "Schemes.Finite" -> "Schemes(S)" [style=dotted, kind="classifier_leg", id="arr.clf.schemes_finite"];
  "Schemes.FiniteType" -> "Schemes(S)" [style=dotted, kind="classifier_leg", id="arr.clf.schemes_finitetype"];
  "Schemes.Flat" -> "Schemes(S)" [style=dotted, kind="classifier_leg", id="arr.clf.schemes_flat"];
  "Schemes.Integral" -> "Schemes(S)" [style=dotted, kind="classifier_leg", id="arr.clf.schemes_integral"];
  "Schemes.LocallyFinitePresentation" -> "Schemes(S)" [style=dotted, kind="classifier_leg", id="arr.clf.schemes_locallyfinitepresentation"];
  "Schemes.Projective" -> "Schemes(S)" [style=dotted, kind="classifier_leg", id="arr.clf.schemes_projective"];
  "Schemes.Proper" -> "Schemes(S)" [style=dotted, kind="classifier_leg", id="arr.clf.schemes_proper"];
  "Schemes.RelativeDimension(n)" -> "Schemes(S)" [style=dotted, kind="classifier_leg", id="arr.clf.schemes_relativedimension"];
  "Schemes(S).RelativeDimension(1)" -> "Schemes(S)" [style=dotted, kind="classifier_leg", id="arr.clf.schemes_s_relativedimension"];
  "Schemes.Separated" -> "Schemes(S)" [style=dotted, kind="classifier_leg", id="arr.clf.schemes_separated"];
  "Schemes.Smooth" -> "Schemes(S)" [style=dotted, kind="classifier_leg", id="arr.clf.schemes_smooth"];
  "Schemes.Unramified" -> "Schemes(S)" [style=dotted, kind="classifier_leg", id="arr.clf.schemes_unramified"];
  "Sets.Finite" -> Sets [style=dotted, kind="classifier_leg", id="arr.clf.sets.finite"];
  "Sets.Graded" -> Sets [style=dotted, kind="classifier_leg", id="arr.clf.sets.graded"];
  "Sets.Countable" -> Sets [style=dotted, kind="classifier_leg", id="arr.clf.sets_countable"];
  "Sets.Infinite" -> Sets [style=dotted, kind="classifier_leg", id="arr.clf.sets_infinite"];
  "Sets.Uncountable" -> Sets [style=dotted, kind="classifier_leg", id="arr.clf.sets_uncountable"];
  "AbelianGroups = Groups.Commutative" -> "Groups = Magmas.Associative.Unital.Inverse" [kind="full_inclusion", id="arr.dot.abeliangroups__groups"];
  "AdditiveAbelianGroups = AdditiveGroups.Commutative" -> "AdditiveGroups = Magmas.Additive.Associative.Unital.Inverse" [kind="full_inclusion", id="arr.dot.additiveabeliangroups__additivegroups"];
  "AdditiveGroups = Magmas.Additive.Associative.Unital.Inverse" -> "AdditiveMonoids = Magmas.Additive.Associative.Unital" [kind="full_inclusion", id="arr.dot.additivegroups__additivemonoids"];
  "AdditiveMonoids = Magmas.Additive.Associative.Unital" -> "AdditiveSemigroups = Magmas.Additive.Associative" [kind="full_inclusion", id="arr.dot.additivemonoids__additivesemigroups"];
  "AdditiveSemigroups = Magmas.Additive.Associative" -> "Magmas.Additive" [kind="full_inclusion", id="arr.dot.additivesemigroups__magmas_additive"];
  AlgebraicSpaces -> "Schemes(S)" [kind="forgetful", id="arr.dot.algebraicspaces__schemes"];
  AlgebraicStacks -> Stacks [kind="forgetful", id="arr.dot.algebraicstacks__stacks"];
  "Algebras(R)" -> Magmas [kind="forgetful", id="arr.dot.algebras__magmas"];
  "AlgebrasOverField = Algebras.OverField" -> "Algebras(R)" [kind="full_inclusion", id="arr.dot.algebrasoverfield__algebras"];
  "AlgebrasOverField = Algebras.OverField" -> "VectorSpaces(K) = Modules.OverField" [kind="full_inclusion", id="arr.dot.algebrasoverfield__vectorspaces"];
  "Arr(−)" -> CatObject [color="#6a1b9a", kind="construction", id="arr.dot.arr__catobject"];
  ArtinStacks -> AlgebraicStacks [kind="forgetful", id="arr.dot.artinstacks__algebraicstacks"];
  "AssociativeAlgebras = Algebras.Associative" -> "Algebras(R)" [kind="full_inclusion", id="arr.dot.associativealgebras__algebras"];
  "Bialgebras(R)" -> "Coalgebras(R)" [kind="forgetful", id="arr.dot.bialgebras__coalgebras"];
  "Bialgebras(R)" -> "UnitalAlgebras = Algebras.Associative.Unital" [kind="forgetful", id="arr.dot.bialgebras__unitalalgebras"];
  Bicategories -> CatObject [kind="forgetful", id="arr.dot.bicategories__catobject"];
-   "Bimodules(R)" -> "LeftModules(R)" [kind="forgetful", id="arr.dot.bimodules__leftmodules"];
-   "Bimodules(R)" -> "RightModules(R)" [kind="forgetful", id="arr.dot.bimodules__rightmodules"];
+   "Bimodules(R,S)" -> "LeftModules(R)" [kind="forgetful", id="arr.dot.bimodules__leftmodules"];
+   "Bimodules(R,S)" -> "RightModules(R)" [kind="forgetful", id="arr.dot.bimodules__rightmodules"];
  Cat_1 -> Cat_2 [kind="forgetful", id="arr.dot.cat_1__cat_2"];
  Cat_2 -> Bicategories [kind="forgetful", id="arr.dot.cat_2__bicategories"];
  "ChainComplexes(C)" -> "NonUnitalDGAs = Algebras.Differential" [kind="forgetful", id="arr.dot.chaincomplexes__nonunitaldgas"];
  ChowGroups -> "AbelianGroups = Groups.Commutative" [color="#6a1b9a", kind="construction", id="arr.dot.chowgroups__abeliangroups"];
  "C∞Algebras(R)" -> "CommAlgebras = UnitalAlgebras.Commutative" [kind="forgetful", id="arr.dot.cinftyalgebras__commalgebras"];
  ClassifyingStacks -> QuotientStacks [kind="forgetful", id="arr.dot.classifyingstacks__quotientstacks"];
  "CliffordAlgebras(R)" -> "UnitalAlgebras = Algebras.Associative.Unital" [kind="forgetful", id="arr.dot.cliffordalgebras__unitalalgebras"];
  "CochainComplexes(C)" -> "NonUnitalDGAs = Algebras.Differential" [kind="forgetful", id="arr.dot.cochaincomplexes__nonunitaldgas"];
  "Coh(X)" -> "Mod(O_X)" [kind="forgetful", id="arr.dot.coh__mod"];
  CohomologyRings -> Homology [color="#6a1b9a", kind="construction", id="arr.dot.cohomologyrings__homology"];
  CohomologyRings -> Rings [color="#6a1b9a", kind="construction", id="arr.dot.cohomologyrings__rings"];
  Comma -> CatObject [color="#6a1b9a", kind="construction", id="arr.dot.comma__catobject"];
  "CommAlgebras = UnitalAlgebras.Commutative" -> "CommRings = Rings.Commutative" [kind="full_inclusion", id="arr.dot.commalgebras__commrings"];
  "CommAlgebras = UnitalAlgebras.Commutative" -> "UnitalAlgebras = Algebras.Associative.Unital" [kind="full_inclusion", id="arr.dot.commalgebras__unitalalgebras"];
  "CompleteIntersections(K)" -> "Varieties(K) = Schemes.Integral.Separated.FiniteType" [kind="forgetful", id="arr.dot.completeintersections__varieties"];
  Cones -> TopologicalSpaces [kind="forgetful", id="arr.dot.cones__topologicalspaces"];
  Coslices -> Comma [color="#6a1b9a", kind="construction", id="arr.dot.coslices__comma"];
  "CountableInfiniteSets = Sets.Countable.Infinite" -> "Sets.Countable" [kind="pullback_projection", id="arr.dot.countableinfinitesets__sets_countable"];
  "CountableInfiniteSets = Sets.Countable.Infinite" -> "Sets.Infinite" [kind="pullback_projection", id="arr.dot.countableinfinitesets__sets_infinite"];
  CoxeterGroups -> "Groups = Magmas.Associative.Unital.Inverse" [kind="forgetful", id="arr.dot.coxetergroups__groups"];
  "Curves(K) = Schemes.RelativeDimension(1)" -> "Varieties(K) = Schemes.Integral.Separated.FiniteType" [kind="full_inclusion", id="arr.dot.curves__varieties"];
  Cycles -> "AbelianGroups = Groups.Commutative" [color="#6a1b9a", kind="construction", id="arr.dot.cycles__abeliangroups"];
  DeligneMumfordStacks -> AlgebraicStacks [kind="forgetful", id="arr.dot.delignemumfordstacks__algebraicstacks"];
  DeligneMumfordStacks -> ArtinStacks [kind="forgetful", id="arr.dot.delignemumfordstacks__artinstacks"];
  DeRhamCohomologyRings -> CohomologyRings [color="#6a1b9a", kind="construction", id="arr.dot.derhamcohomologyrings__cohomologyrings"];
  DeRhamComplexes -> "CochainComplexes(C)" [kind="forgetful", id="arr.dot.derhamcomplexes__cochaincomplexes"];
  DeRhamComplexes -> DiffFormModules [color="#6a1b9a", kind="construction", id="arr.dot.derhamcomplexes__diffformmodules"];
  DescentData -> FibredCategories [color="#6a1b9a", kind="construction", id="arr.dot.descentdata__fibredcategories"];
  "DGAs = UnitalAlgebras.Differential" -> "Algebras(R).Graded" [kind="pullback_projection", id="arr.dot.dgas__algebras_graded"];
  "DGAs = UnitalAlgebras.Differential" -> "NonUnitalDGAs = Algebras.Differential" [kind="full_inclusion", id="arr.dot.dgas__nonunitaldgas"];
  "DGAs = UnitalAlgebras.Differential" -> "UnitalAlgebras = Algebras.Associative.Unital" [kind="full_inclusion", id="arr.dot.dgas__unitalalgebras"];
  DiagramCategories -> FunctorCategories [color="#6a1b9a", kind="construction", id="arr.dot.diagramcategories__functorcategories"];
  DiffFormModules -> "Modules(R)" [color="#6a1b9a", kind="construction", id="arr.dot.diffformmodules__modules"];
  DiffFormModules -> "Sets.Graded" [color="#6a1b9a", kind="construction", id="arr.dot.diffformmodules__sets_graded"];
  "DiscBil = ∫Bil.Symmetric.Nondegenerate.Finite" -> "∫Bil_R(W)" [kind="full_inclusion", id="arr.dot.discbil__int_bil_r"];
  "DiscBil = ∫Bil.Symmetric.Nondegenerate.Finite" -> "Sets.Finite" [kind="pullback_projection", id="arr.dot.discbil__sets_finite"];
  "DiscQuad = ∫Quad.Nondegenerate" -> "∫Quad_R(W)" [kind="full_inclusion", id="arr.dot.discquad__int_quad_r"];
  Div -> "AbelianGroups = Groups.Commutative" [color="#6a1b9a", kind="construction", id="arr.dot.div__abeliangroups"];
  "DivisionRings = Rings.Division" -> "Domains = Rings.Domain" [kind="full_inclusion", id="arr.dot.divisionrings__domains"];
  "DivisionRings = Rings.Division" -> Rings [kind="full_inclusion", id="arr.dot.divisionrings__rings"];
  DualObjects -> "TensorProducts = CatObject.Monoidal" [kind="forgetful", id="arr.dot.dualobjects__tensorproducts"];
  "EuclideanDomains = Rings.Commutative.Euclidean" -> "PIDs = Rings.Commutative.PID" [kind="full_inclusion", id="arr.dot.euclideandomains__pids"];
  "ExteriorAlgebras(R)" -> "Algebras(R).Graded" [kind="pullback_projection", id="arr.dot.exterioralgebras__algebras_graded"];
  "ExteriorAlgebras(R)" -> "UnitalAlgebras = Algebras.Associative.Unital" [kind="forgetful", id="arr.dot.exterioralgebras__unitalalgebras"];
  Fans -> Cones [kind="forgetful", id="arr.dot.fans__cones"];
  FibredCategories -> Cat_1 [color="#6a1b9a", kind="construction", id="arr.dot.fibredcategories__cat_1"];
  Fields -> "DivisionRings = Rings.Division" [kind="forgetful", id="arr.dot.fields__divisionrings"];
  Fields -> "EuclideanDomains = Rings.Commutative.Euclidean" [kind="forgetful", id="arr.dot.fields__euclideandomains"];
  "FinitelyGeneratedGroups = Magmas.Associative.Unital.Inverse.FinitelyGenerated" -> "Groups = Magmas.Associative.Unital.Inverse" [kind="full_inclusion", id="arr.dot.finitelygeneratedgroups__groups"];
  "FinitelyGeneratedModules = Modules.FinitelyGenerated" -> "Modules(R)" [kind="full_inclusion", id="arr.dot.finitelygeneratedmodules__modules"];
  "FinitelyPresentedModules = Modules.FinitelyPresented" -> "FinitelyGeneratedModules = Modules.FinitelyGenerated" [kind="full_inclusion", id="arr.dot.finitelypresentedmodules__finitelygeneratedmodules"];
  "FiniteRankModules = Modules.FiniteRank" -> "Modules(R)" [kind="full_inclusion", id="arr.dot.finiterankmodules__modules"];
  "FreeModules = Modules.Free" -> "Modules(R)" [kind="full_inclusion", id="arr.dot.freemodules__modules"];
  "FreeModules = Modules.Free" -> "ProjectiveModules = Modules.Projective" [kind="full_inclusion", id="arr.dot.freemodules__projectivemodules"];
  FunctorCategories -> HomCategories [color="#6a1b9a", kind="construction", id="arr.dot.functorcategories__homcategories"];
  "G-Objects(G)" -> CatObject [kind="forgetful", id="arr.dot.g_objects__catobject"];
  "G-Objects(G)" -> "Groups = Magmas.Associative.Unital.Inverse" [kind="forgetful", id="arr.dot.g_objects__groups"];
  "GCDDomains = Rings.Commutative.GCDDomain" -> "IntegralDomains = Domains.Commutative" [kind="full_inclusion", id="arr.dot.gcddomains__integraldomains"];
  Genera -> "Sets.Finite" [color="#6a1b9a", kind="construction", id="arr.dot.genera__sets_finite"];
  Graphs -> CatObject [kind="forgetful", id="arr.dot.graphs__catobject"];
  GroupoidObjects -> CatObject [color="#6a1b9a", kind="construction", id="arr.dot.groupoidobjects__catobject"];
  GroupoidObjects -> Groupoids [color="#6a1b9a", kind="construction", id="arr.dot.groupoidobjects__groupoids"];
  Groupoids -> Cat_1 [kind="forgetful", id="arr.dot.groupoids__cat_1"];
  HodgeStructures -> "AdditiveAbelianGroups = AdditiveGroups.Commutative" [kind="forgetful", id="arr.dot.hodgestructures__additiveabeliangroups"];
  HomCategories -> CatObject [color="#6a1b9a", kind="construction", id="arr.dot.homcategories__catobject"];
  Homology -> "DGAs = UnitalAlgebras.Differential" [kind="forgetful", id="arr.dot.homology__dgas"];
  Homology -> "Modules(R)" [kind="forgetful", id="arr.dot.homology__modules"];
  Homsets -> HomCategories [kind="forgetful", id="arr.dot.homsets__homcategories"];
  Homsets -> Sets [kind="forgetful", id="arr.dot.homsets__sets"];
  "Hypersurfaces(K)" -> "Varieties(K) = Schemes.Integral.Separated.FiniteType" [kind="forgetful", id="arr.dot.hypersurfaces__varieties"];
  IncidenceCategories -> Cat_1 [kind="forgetful", id="arr.dot.incidencecategories__cat_1"];
  "∫Bil_R(W)" -> "∫Hom_R(−,W)" [kind="forgetful", id="arr.dot.int_bil_r__int_hom_r"];
  "∫Herm_R(W)" -> "∫Hom_R(−,W)" [kind="forgetful", id="arr.dot.int_herm_r__int_hom_r"];
  "∫Hom_R(−,W)" -> "Modules(R)" [kind="forgetful", id="arr.dot.int_hom_r__modules"];
  "∫Quad_R(W)" -> "∫Hom_R(−,W)" [kind="forgetful", id="arr.dot.int_quad_r__int_hom_r"];
  "IntegralDomains = Domains.Commutative" -> "CommRings = Rings.Commutative" [kind="full_inclusion", id="arr.dot.integraldomains__commrings"];
  "IntegralDomains = Domains.Commutative" -> "Domains = Rings.Domain" [kind="full_inclusion", id="arr.dot.integraldomains__domains"];
  IsometryGroups -> LatticeHomsets [color="#6a1b9a", kind="construction", id="arr.dot.isometrygroups__latticehomsets"];
  IsometryGroups -> OrthogonalGroups [color="#6a1b9a", kind="construction", id="arr.dot.isometrygroups__orthogonalgroups"];
  IsomorphicObjects -> "Arr(−)" [color="#6a1b9a", kind="construction", id="arr.dot.isomorphicobjects__arr"];
  "Lat_R = ∫Bil_R(R).Symmetric.Nondegenerate" -> "∫Bil_R(W)" [kind="full_inclusion", id="arr.dot.lat_r__int_bil_r"];
  "Lat_R = ∫Bil_R(R).Symmetric.Nondegenerate" -> "ProjectiveModules = Modules.Projective" [kind="full_inclusion", id="arr.dot.lat_r__projectivemodules"];
  LatticeHomsets -> Homsets [kind="forgetful", id="arr.dot.latticehomsets__homsets"];
  LatticeHomsets -> "Lat_R = ∫Bil_R(R).Symmetric.Nondegenerate" [kind="forgetful", id="arr.dot.latticehomsets__lat_r"];
  LatticePolytopes -> Polyhedra [kind="forgetful", id="arr.dot.latticepolytopes__polyhedra"];
  LocallyRingedSpaces -> RingedSpaces [kind="forgetful", id="arr.dot.locallyringedspaces__ringedspaces"];
  Manifolds -> RingedSpaces [kind="forgetful", id="arr.dot.manifolds__ringedspaces"];
  Manifolds -> TopologicalSpaces [kind="forgetful", id="arr.dot.manifolds__topologicalspaces"];
  "Manifolds.Smooth" -> "Varieties(K) = Schemes.Integral.Separated.FiniteType" [color="#6a1b9a", kind="construction", id="arr.dot.manifolds_smooth__varieties"];
  MetricSpaces -> TopologicalSpaces [kind="forgetful", id="arr.dot.metricspaces__topologicalspaces"];
  "Mod(O_X)" -> "Modules(R)" [kind="forgetful", id="arr.dot.mod__modules"];
  "Mod(O_X)" -> RingedSites [kind="forgetful", id="arr.dot.mod__ringedsites"];
  "Mod(O_X)" -> RingedSpaces [kind="forgetful", id="arr.dot.mod__ringedspaces"];
  "Modules(R)" -> "AdditiveAbelianGroups = AdditiveGroups.Commutative" [kind="forgetful", id="arr.dot.modules__additiveabeliangroups"];
  "ModulesWithBasis = Modules.WithBasis" -> "FreeModules = Modules.Free" [kind="full_inclusion", id="arr.dot.moduleswithbasis__freemodules"];
  "ModulesWithGenerators = Modules.WithGenerators" -> "Modules(R)" [kind="full_inclusion", id="arr.dot.moduleswithgenerators__modules"];
  "NoetherianCommRings = Rings.Commutative.Noetherian" -> "CommRings = Rings.Commutative" [kind="full_inclusion", id="arr.dot.noetheriancommrings__commrings"];
  "NonUnitalDGAs = Algebras.Differential" -> "Algebras(R)" [kind="full_inclusion", id="arr.dot.nonunitaldgas__algebras"];
  "NonUnitalDGAs = Algebras.Differential" -> "Algebras(R).Graded" [kind="pullback_projection", id="arr.dot.nonunitaldgas__algebras_graded"];
  NS -> "AbelianGroups = Groups.Commutative" [color="#6a1b9a", kind="construction", id="arr.dot.ns__abeliangroups"];
  NS -> "Lat_R = ∫Bil_R(R).Symmetric.Nondegenerate" [color="#6a1b9a", kind="construction", id="arr.dot.ns__lat_r"];
  "(−)^op" -> CatObject [color="#6a1b9a", kind="construction", id="arr.dot.op__catobject"];
  OrthogonalGroups -> "Groups = Magmas.Associative.Unital.Inverse" [color="#6a1b9a", kind="construction", id="arr.dot.orthogonalgroups__groups"];
  OrthogonalGroups -> "∫Bil_R(W)" [color="#6a1b9a", kind="construction", id="arr.dot.orthogonalgroups__int_bil_r"];
  Pic -> "AbelianGroups = Groups.Commutative" [color="#6a1b9a", kind="construction", id="arr.dot.pic__abeliangroups"];
  "PIDs = Rings.Commutative.PID" -> "UFDs = Rings.Commutative.UFD" [kind="full_inclusion", id="arr.dot.pids__ufds"];
  Polyhedra -> TopologicalSpaces [kind="forgetful", id="arr.dot.polyhedra__topologicalspaces"];
  Posets -> "CatObject.Thin" [kind="pullback_projection", id="arr.dot.posets__catobject_thin"];
  Presheaves -> FunctorCategories [kind="forgetful", id="arr.dot.presheaves__functorcategories"];
  Prestacks -> FibredCategories [kind="forgetful", id="arr.dot.prestacks__fibredcategories"];
  "ProjectiveModules = Modules.Projective" -> "Modules(R)" [kind="full_inclusion", id="arr.dot.projectivemodules__modules"];
  "QCoh(X)" -> "Mod(O_X)" [kind="forgetful", id="arr.dot.qcoh__mod"];
  Quotients -> Coslices [color="#6a1b9a", kind="construction", id="arr.dot.quotients__coslices"];
  QuotientStacks -> AlgebraicStacks [kind="forgetful", id="arr.dot.quotientstacks__algebraicstacks"];
  QuotientStacks -> "G-Objects(G)" [kind="forgetful", id="arr.dot.quotientstacks__g_objects"];
  QuotientStacks -> GroupoidObjects [kind="forgetful", id="arr.dot.quotientstacks__groupoidobjects"];
  ReflectionGroups -> "Groups = Magmas.Associative.Unital.Inverse" [kind="forgetful", id="arr.dot.reflectiongroups__groups"];
-   "RightModules(R)" -> "AdditiveAbelianGroups = AdditiveGroups.Commutative" [kind="full_inclusion", id="arr.dot.rightmodules__additiveabeliangroups"];
+   "RightModules(R)" -> "AdditiveAbelianGroups = AdditiveGroups.Commutative" [kind="forgetful", id="arr.dot.rightmodules__additiveabeliangroups"];
  RingedSites -> Sites [kind="forgetful", id="arr.dot.ringedsites__sites"];
  RingedSpaces -> TopologicalSpaces [kind="forgetful", id="arr.dot.ringedspaces__topologicalspaces"];
  RingedTopoi -> Topoi [kind="forgetful", id="arr.dot.ringedtopoi__topoi"];
  Rings -> Rngs [kind="forgetful", id="arr.dot.rings__rngs"];
  Rings -> Semirings [kind="forgetful", id="arr.dot.rings__semirings"];
  Rngs -> "AdditiveAbelianGroups = AdditiveGroups.Commutative" [kind="forgetful", id="arr.dot.rngs__additiveabeliangroups"];
  Rngs -> "Semigroups = Magmas.Associative" [kind="forgetful", id="arr.dot.rngs__semigroups"];
  RootLattices -> "Lat_R = ∫Bil_R(R).Symmetric.Nondegenerate" [kind="forgetful", id="arr.dot.rootlattices__lat_r"];
  RootSystems -> Cones [kind="forgetful", id="arr.dot.rootsystems__cones"];
  "Schemes(S)" -> AlgebraicStacks [kind="forgetful", id="arr.dot.schemes__algebraicstacks"];
  "Schemes(S)" -> LocallyRingedSpaces [kind="forgetful", id="arr.dot.schemes__locallyringedspaces"];
  Semirings -> "AdditiveMonoids = Magmas.Additive.Associative.Unital" [kind="forgetful", id="arr.dot.semirings__additivemonoids"];
  Semirings -> "Monoids = Magmas.Associative.Unital" [kind="forgetful", id="arr.dot.semirings__monoids"];
  Sheaves -> Presheaves [kind="forgetful", id="arr.dot.sheaves__presheaves"];
  Sites -> Cat_1 [kind="forgetful", id="arr.dot.sites__cat_1"];
  Slices -> Comma [color="#6a1b9a", kind="construction", id="arr.dot.slices__comma"];
  SpecializationPosets -> Posets [kind="forgetful", id="arr.dot.specializationposets__posets"];
  StableGraphs -> Graphs [kind="forgetful", id="arr.dot.stablegraphs__graphs"];
  StableGraphs -> StratifiedSpaces [kind="forgetful", id="arr.dot.stablegraphs__stratifiedspaces"];
  Stacks -> Prestacks [kind="forgetful", id="arr.dot.stacks__prestacks"];
  StratifiedSpaces -> DeligneMumfordStacks [kind="forgetful", id="arr.dot.stratifiedspaces__delignemumfordstacks"];
  StratifiedSpaces -> SpecializationPosets [color="#6a1b9a", kind="construction", id="arr.dot.stratifiedspaces__specializationposets"];
  StratifiedSpaces -> TopologicalSpaces [kind="forgetful", id="arr.dot.stratifiedspaces__topologicalspaces"];
  Subobjects -> Slices [color="#6a1b9a", kind="construction", id="arr.dot.subobjects__slices"];
  Subquotients -> Quotients [color="#6a1b9a", kind="construction", id="arr.dot.subquotients__quotients"];
  Subquotients -> Subobjects [color="#6a1b9a", kind="construction", id="arr.dot.subquotients__subobjects"];
  "Surfaces(K) = Schemes.RelativeDimension(2)" -> "Varieties(K) = Schemes.Integral.Separated.FiniteType" [kind="full_inclusion", id="arr.dot.surfaces__varieties"];
  "SymmetricAlgebras(R)" -> "CommAlgebras = UnitalAlgebras.Commutative" [kind="forgetful", id="arr.dot.symmetricalgebras__commalgebras"];
  "TensorAlgebras(R)" -> "UnitalAlgebras = Algebras.Associative.Unital" [kind="forgetful", id="arr.dot.tensoralgebras__unitalalgebras"];
  TensorFieldModules -> "C∞Algebras(R)" [color="#6a1b9a", kind="construction", id="arr.dot.tensorfieldmodules__cinftyalgebras"];
  TensorFieldModules -> "Modules(R)" [color="#6a1b9a", kind="construction", id="arr.dot.tensorfieldmodules__modules"];
  "TensorProducts = CatObject.Monoidal" -> CatObject [kind="full_inclusion", id="arr.dot.tensorproducts__catobject"];
  Topoi -> Sheaves [kind="forgetful", id="arr.dot.topoi__sheaves"];
  TopologicalSpaces -> Sets [kind="forgetful", id="arr.dot.topologicalspaces__sets"];
  "ToricVarieties(K)" -> "Varieties(K) = Schemes.Integral.Separated.FiniteType" [kind="forgetful", id="arr.dot.toricvarieties__varieties"];
  Torsors -> "G-Objects(G)" [color="#6a1b9a", kind="construction", id="arr.dot.torsors__g_objects"];
  "UFDs = Rings.Commutative.UFD" -> "GCDDomains = Rings.Commutative.GCDDomain" [kind="full_inclusion", id="arr.dot.ufds__gcddomains"];
  "UnitalAlgebras = Algebras.Associative.Unital" -> "AssociativeAlgebras = Algebras.Associative" [kind="full_inclusion", id="arr.dot.unitalalgebras__associativealgebras"];
  "Varieties(K) = Schemes.Integral.Separated.FiniteType" -> "Schemes(S)" [kind="full_inclusion", id="arr.dot.varieties__schemes"];
  VectorFieldModules -> "C∞Algebras(R)" [color="#6a1b9a", kind="construction", id="arr.dot.vectorfieldmodules__cinftyalgebras"];
  VectorFieldModules -> "Modules(R)" [color="#6a1b9a", kind="construction", id="arr.dot.vectorfieldmodules__modules"];
  "VectorSpaces(K) = Modules.OverField" -> "Modules(R)" [kind="full_inclusion", id="arr.dot.vectorspaces__modules"];
  "VectorSpacesWithBasis = VectorSpaces.WithBasis" -> "ModulesWithBasis = Modules.WithBasis" [kind="full_inclusion", id="arr.dot.vectorspaceswithbasis__moduleswithbasis"];
  "VectorSpacesWithBasis = VectorSpaces.WithBasis" -> "VectorSpaces(K) = Modules.OverField" [kind="full_inclusion", id="arr.dot.vectorspaceswithbasis__vectorspaces"];
  WeylGroups -> ReflectionGroups [kind="forgetful", id="arr.dot.weylgroups__reflectiongroups"];
  Magmas -> Sets [kind="forgetful", id="arr.fun.magmas_to_sets"];
  Sets -> CatObject [kind="forgetful", id="arr.fun.sets_to_cat_object"];
  Fields -> Rings [kind="full_inclusion", id="arr.incl.fields_to_rings"];
  "Groups = Magmas.Associative.Unital.Inverse" -> "Monoids = Magmas.Associative.Unital" [kind="full_inclusion", id="arr.incl.groups_to_monoids"];
  "Monoids = Magmas.Associative.Unital" -> "Semigroups = Magmas.Associative" [kind="full_inclusion", id="arr.incl.monoids_to_semigroups"];
  "Semigroups = Magmas.Associative" -> Magmas [kind="full_inclusion", id="arr.incl.semigroups_to_magmas"];
  WeylGroups -> CoxeterGroups [kind="full_inclusion", id="arr.incl.weyl_to_coxeter"];
  "Algebras(R)" -> Rings [style=dashed,color="#e65100", kind="parameter_dependency", id="arr.param.algebras_r_base_ring"];
  "Modules(R)" -> Rings [style=dashed,color="#e65100", kind="parameter_dependency", id="arr.param.modules_r_base_ring"];
  "VectorSpaces(K) = Modules.OverField" -> Fields [style=dashed,color="#e65100", kind="parameter_dependency", id="arr.param.vector_spaces_field"];
  "CommRings = Rings.Commutative" -> Rings [kind="pullback_projection", id="arr.pb.comm_rings_to_rings"];
  "FiniteFields = Fields.Finite" -> Fields [kind="pullback_projection", id="arr.pb.finite_fields_to_fields"];
  "FiniteFields = Fields.Finite" -> "Sets.Finite" [kind="pullback_projection", id="arr.pb.finite_fields_to_sets_finite"];
  "FiniteRings = Rings.Finite" -> Rings [kind="pullback_projection", id="arr.pb.finite_rings_to_rings"];
  "FiniteRings = Rings.Finite" -> "Sets.Finite" [kind="pullback_projection", id="arr.pb.finite_rings_to_sets_finite"];
  "Lat.Hyperbolic" -> "Lat.Indefinite" [style=dashed, kind="theorem_inclusion", id="arr.thm.lat_hyperbolic_implies_indefinite"];
  "Lat.NegativeDefinite" -> "Lat.Definite" [style=dashed, kind="theorem_inclusion", id="arr.thm.lat_negative_definite"];
  "Lat.PositiveDefinite" -> "Lat.Definite" [style=dashed, kind="theorem_inclusion", id="arr.thm.lat_positive_definite"];
  "Sets.Finite" -> "Sets.Countable" [style=dashed, kind="theorem_inclusion", id="arr.thm.sets_finite_implies_countable"];
  "Sets.Uncountable" -> "Sets.Infinite" [style=dashed, kind="theorem_inclusion", id="arr.thm.sets_uncountable_implies_infinite"];
  "AdditiveGroups = Magmas.Additive.Associative.Unital.Inverse" -> "Magmas.Additive" [kind="forgetful", id="fun.additive_groups_to_additive_magmas"];
  "Algebras(R)" -> "Modules(R)" [kind="forgetful", id="fun.algebras_to_modules"];
  "Algebras(R)" -> Sets [kind="forgetful", id="fun.algebras_to_sets"];
  "Bialgebras(R)" -> "Algebras(R)" [kind="forgetful", id="fun.bialgebras_to_algebras"];
-   "Bimodules(R)" -> "Modules(R)" [kind="full_inclusion", id="fun.bimodules_to_modules"];
  "Coalgebras(R)" -> "Modules(R)" [kind="forgetful", id="fun.coalgebras_to_modules"];
  "Domains = Rings.Domain" -> Rings [kind="full_inclusion", id="fun.domains_to_rings"];
  Fields -> Sets [kind="forgetful", id="fun.fields_to_sets"];
  "Groups = Magmas.Associative.Unital.Inverse" -> Magmas [kind="forgetful", id="fun.groups_to_magmas"];
  "HopfAlgebras(R)" -> "Bialgebras(R)" [kind="forgetful", id="fun.hopf_to_bialgebras"];
  "IntegralDomains = Domains.Commutative" -> Fields [kind="forgetful", id="fun.integral_domains_to_fields"];
  "LieAlgebras(R)" -> "Algebras(R)" [kind="forgetful", id="fun.lie_to_algebras"];
  Manifolds -> Sets [kind="forgetful", id="fun.manifolds_to_sets"];
  MetricSpaces -> Sets [kind="forgetful", id="fun.metricspaces_to_sets"];
  "Modules(R)" -> Sets [kind="forgetful", id="fun.modules_to_sets"];
  Posets -> Sets [kind="forgetful", id="fun.posets_to_sets"];
  Rings -> Magmas [kind="forgetful", id="fun.rings_to_multiplicative_magmas"];
  Rings -> Sets [kind="forgetful", id="fun.rings_to_sets"];
  "UnitalAlgebras = Algebras.Associative.Unital" -> Magmas [kind="forgetful", id="fun.unital_algebras_to_magmas"];
  "Magmas.Additive" -> Magmas [kind="full_inclusion", id="arr.incl.additive_magmas_to_magmas"];
  "AdditiveGroups = Magmas.Additive.Associative.Unital.Inverse" -> Magmas [kind="forgetful", id="fun.additive_groups_to_magmas"];
+   "Bimodules(R,R)" -> "Bimodules(R,S)" [kind="full_inclusion", id="arr.dot.bimodulesdiagonal__bimodules"];
}
